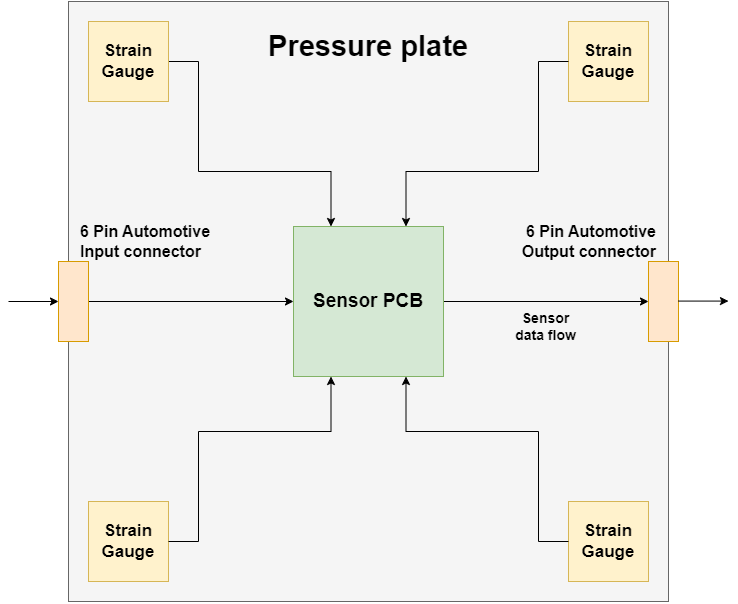
Nebaron12/EXPO40---Pressure-plates keeps this draw.io diagram as Board files and schematics/Pressure_Plate.drawio.png. Above is the earlier version. Source tidied: cells renumbered, new cells last; positions are measured from the earlier drawing's top-left corner, leaving out a move shared by most shapes. Its diagram source:
```xml
<mxGraphModel>
  <root>
    <mxCell id="0" />
    <mxCell id="1" parent="0" />
    <mxCell id="2" style="whiteSpace=wrap;html=1;fillColor=#f5f5f5;fontColor=#333333;strokeColor=#666666;" parent="1" vertex="1">
      <mxGeometry x="60" width="600" height="600" as="geometry" />
    </mxCell>
    <mxCell id="3" style="edgeStyle=orthogonalEdgeStyle;rounded=0;jettySize=auto;html=1;exitX=1;exitY=0.5;exitDx=0;exitDy=0;entryX=0.25;entryY=0;entryDx=0;entryDy=0;" parent="1" edge="1" source="4" target="10">
      <mxGeometry relative="1" as="geometry">
        <Array as="points">
          <mxPoint x="190" y="60" />
          <mxPoint x="190" y="170" />
          <mxPoint x="323" y="170" />
        </Array>
      </mxGeometry>
    </mxCell>
    <mxCell id="4" value="&lt;b style=&quot;font-size: 17px;&quot;&gt;Strain &lt;br style=&quot;font-size: 17px;&quot;&gt;Gauge&lt;/b&gt;" style="whiteSpace=wrap;html=1;fillColor=#fff2cc;strokeColor=#d6b656;fontSize=17;" parent="1" vertex="1">
      <mxGeometry x="80" y="20" width="80" height="80" as="geometry" />
    </mxCell>
    <mxCell id="5" value="&lt;font size=&quot;1&quot; style=&quot;&quot;&gt;&lt;b style=&quot;font-size: 29px;&quot;&gt;Pressure plate&lt;/b&gt;&lt;/font&gt;" style="text;html=1;align=center;verticalAlign=middle;whiteSpace=wrap;rounded=0;" parent="1" vertex="1">
      <mxGeometry x="242" y="30" width="236" height="30" as="geometry" />
    </mxCell>
    <mxCell id="6" value="&lt;b style=&quot;font-size: 17px;&quot;&gt;Strain &lt;br style=&quot;font-size: 17px;&quot;&gt;Gauge&lt;/b&gt;" style="whiteSpace=wrap;html=1;fillColor=#fff2cc;strokeColor=#d6b656;fontSize=17;" parent="1" vertex="1">
      <mxGeometry x="560" y="20" width="80" height="80" as="geometry" />
    </mxCell>
    <mxCell id="7" value="Strain &lt;br style=&quot;font-size: 17px;&quot;&gt;Gauge" style="whiteSpace=wrap;html=1;fillColor=#fff2cc;strokeColor=#d6b656;fontStyle=1;fontSize=17;" parent="1" vertex="1">
      <mxGeometry x="80" y="500" width="80" height="80" as="geometry" />
    </mxCell>
    <mxCell id="8" value="Strain &lt;br style=&quot;font-size: 17px;&quot;&gt;Gauge" style="whiteSpace=wrap;html=1;fillColor=#fff2cc;strokeColor=#d6b656;fontStyle=1;fontSize=17;" parent="1" vertex="1">
      <mxGeometry x="560" y="500" width="80" height="80" as="geometry" />
    </mxCell>
    <mxCell id="9" style="edgeStyle=orthogonalEdgeStyle;rounded=0;jettySize=auto;html=1;exitX=1;exitY=0.5;exitDx=0;exitDy=0;entryX=0;entryY=0.5;entryDx=0;entryDy=0;" parent="1" edge="1" source="10" target="16">
      <mxGeometry relative="1" as="geometry" />
    </mxCell>
    <mxCell id="10" value="&lt;font style=&quot;font-size: 19px;&quot;&gt;&lt;b&gt;Sensor PCB&lt;/b&gt;&lt;/font&gt;" style="whiteSpace=wrap;html=1;fillColor=#d5e8d4;strokeColor=#82b366;" parent="1" vertex="1">
      <mxGeometry x="285" y="225" width="150" height="150" as="geometry" />
    </mxCell>
    <mxCell id="11" style="edgeStyle=orthogonalEdgeStyle;rounded=0;jettySize=auto;html=1;exitX=1;exitY=0.5;exitDx=0;exitDy=0;entryX=0.75;entryY=0;entryDx=0;entryDy=0;" parent="1" edge="1" target="10">
      <mxGeometry relative="1" as="geometry">
        <mxPoint x="560" y="60" as="sourcePoint" />
        <Array as="points">
          <mxPoint x="530" y="60" />
          <mxPoint x="530" y="170" />
          <mxPoint x="398" y="170" />
        </Array>
      </mxGeometry>
    </mxCell>
    <mxCell id="12" style="edgeStyle=orthogonalEdgeStyle;rounded=0;jettySize=auto;html=1;exitX=1;exitY=0.5;exitDx=0;exitDy=0;entryX=0.25;entryY=1;entryDx=0;entryDy=0;" parent="1" edge="1" target="10">
      <mxGeometry relative="1" as="geometry">
        <mxPoint x="160" y="540" as="sourcePoint" />
        <Array as="points">
          <mxPoint x="190" y="540" />
          <mxPoint x="190" y="430" />
          <mxPoint x="323" y="430" />
        </Array>
      </mxGeometry>
    </mxCell>
    <mxCell id="13" style="edgeStyle=orthogonalEdgeStyle;rounded=0;jettySize=auto;html=1;exitX=1;exitY=0.5;exitDx=0;exitDy=0;entryX=0.75;entryY=1;entryDx=0;entryDy=0;" parent="1" edge="1" target="10">
      <mxGeometry relative="1" as="geometry">
        <mxPoint x="560" y="540" as="sourcePoint" />
        <Array as="points">
          <mxPoint x="530" y="540" />
          <mxPoint x="530" y="430" />
          <mxPoint x="398" y="430" />
        </Array>
      </mxGeometry>
    </mxCell>
    <mxCell id="14" style="edgeStyle=orthogonalEdgeStyle;rounded=0;jettySize=auto;html=1;exitX=1;exitY=0.5;exitDx=0;exitDy=0;entryX=0;entryY=0.5;entryDx=0;entryDy=0;" parent="1" edge="1" source="15" target="10">
      <mxGeometry relative="1" as="geometry" />
    </mxCell>
    <mxCell id="15" style="rounded=0;whiteSpace=wrap;html=1;fillColor=#ffe6cc;strokeColor=#d79b00;" parent="1" vertex="1">
      <mxGeometry x="50" y="260" width="30" height="80" as="geometry" />
    </mxCell>
    <mxCell id="16" style="rounded=0;whiteSpace=wrap;html=1;fillColor=#ffe6cc;strokeColor=#d79b00;" parent="1" vertex="1">
      <mxGeometry x="640" y="260" width="30" height="80" as="geometry" />
    </mxCell>
    <mxCell id="17" value="&lt;b style=&quot;font-size: 16px;&quot;&gt;6 Pin Automotive&lt;br&gt;Input connector&lt;/b&gt;" style="text;html=1;align=left;verticalAlign=middle;whiteSpace=wrap;rounded=0;" parent="1" vertex="1">
      <mxGeometry x="70" y="225" width="140" height="30" as="geometry" />
    </mxCell>
    <mxCell id="18" value="&lt;b style=&quot;font-size: 16px;&quot;&gt;6 Pin Automotive&lt;br&gt;Output connector&lt;/b&gt;" style="text;html=1;align=right;verticalAlign=middle;whiteSpace=wrap;rounded=0;" parent="1" vertex="1">
      <mxGeometry x="510" y="225" width="140" height="30" as="geometry" />
    </mxCell>
    <mxCell id="19" style="endArrow=classic;html=1;rounded=0;" parent="1" edge="1">
      <mxGeometry relative="1" as="geometry">
        <mxPoint y="300" as="sourcePoint" />
        <mxPoint x="50" y="300" as="targetPoint" />
      </mxGeometry>
    </mxCell>
    <mxCell id="20" style="endArrow=classic;html=1;rounded=0;" parent="1" edge="1">
      <mxGeometry relative="1" as="geometry">
        <mxPoint x="670" y="299.6" as="sourcePoint" />
        <mxPoint x="720" y="299.6" as="targetPoint" />
      </mxGeometry>
    </mxCell>
    <mxCell id="21" value="&lt;b&gt;&lt;font style=&quot;font-size: 14px;&quot;&gt;Sensor data flow&lt;/font&gt;&lt;/b&gt;" style="text;html=1;align=center;verticalAlign=middle;whiteSpace=wrap;rounded=0;" parent="1" vertex="1">
      <mxGeometry x="500" y="310" width="75" height="30" as="geometry" />
    </mxCell>
  </root>
</mxGraphModel>
```
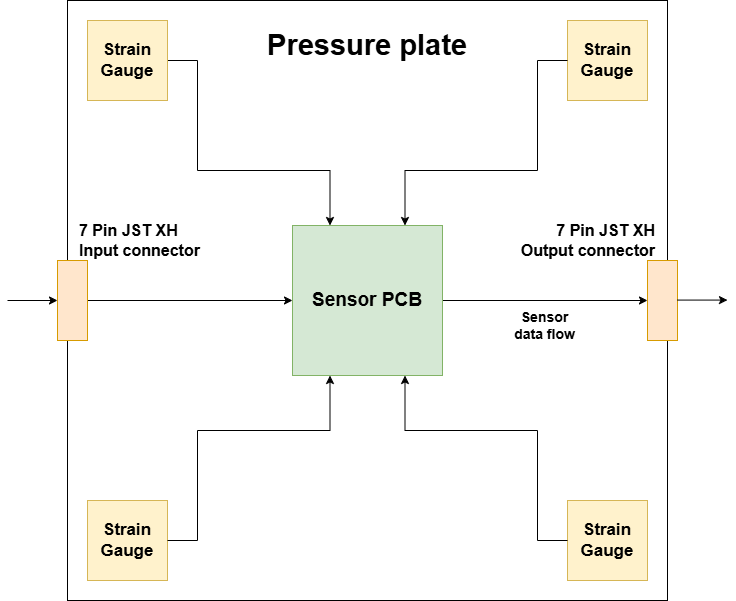
The same file after the commit.

Commit message:
Updated pressure plate diagram

Change to the diagram source:
```diff
@@ -2,7 +2,7 @@
   <root>
     <mxCell id="0" />
     <mxCell id="1" parent="0" />
-    <mxCell id="2" style="whiteSpace=wrap;html=1;fillColor=#f5f5f5;fontColor=#333333;strokeColor=#666666;" parent="1" vertex="1">
+    <mxCell id="2" style="whiteSpace=wrap;html=1;" parent="1" vertex="1">
       <mxGeometry x="60" width="600" height="600" as="geometry" />
     </mxCell>
     <mxCell id="3" style="edgeStyle=orthogonalEdgeStyle;rounded=0;jettySize=auto;html=1;exitX=1;exitY=0.5;exitDx=0;exitDy=0;entryX=0.25;entryY=0;entryDx=0;entryDy=0;" parent="1" edge="1" source="4" target="10">
@@ -74,10 +74,10 @@
     <mxCell id="16" style="rounded=0;whiteSpace=wrap;html=1;fillColor=#ffe6cc;strokeColor=#d79b00;" parent="1" vertex="1">
       <mxGeometry x="640" y="260" width="30" height="80" as="geometry" />
     </mxCell>
-    <mxCell id="17" value="&lt;b style=&quot;font-size: 16px;&quot;&gt;6 Pin Automotive&lt;br&gt;Input connector&lt;/b&gt;" style="text;html=1;align=left;verticalAlign=middle;whiteSpace=wrap;rounded=0;" parent="1" vertex="1">
+    <mxCell id="17" value="&lt;b style=&quot;font-size: 16px;&quot;&gt;7 Pin JST XH&lt;br&gt;Input connector&lt;/b&gt;" style="text;html=1;align=left;verticalAlign=middle;whiteSpace=wrap;rounded=0;" parent="1" vertex="1">
       <mxGeometry x="70" y="225" width="140" height="30" as="geometry" />
     </mxCell>
-    <mxCell id="18" value="&lt;b style=&quot;font-size: 16px;&quot;&gt;6 Pin Automotive&lt;br&gt;Output connector&lt;/b&gt;" style="text;html=1;align=right;verticalAlign=middle;whiteSpace=wrap;rounded=0;" parent="1" vertex="1">
+    <mxCell id="18" value="&lt;b style=&quot;font-size: 16px;&quot;&gt;7 Pin JST XH&lt;br&gt;Output connector&lt;/b&gt;" style="text;html=1;align=right;verticalAlign=middle;whiteSpace=wrap;rounded=0;" parent="1" vertex="1">
       <mxGeometry x="510" y="225" width="140" height="30" as="geometry" />
     </mxCell>
     <mxCell id="19" style="endArrow=classic;html=1;rounded=0;" parent="1" edge="1">
```
